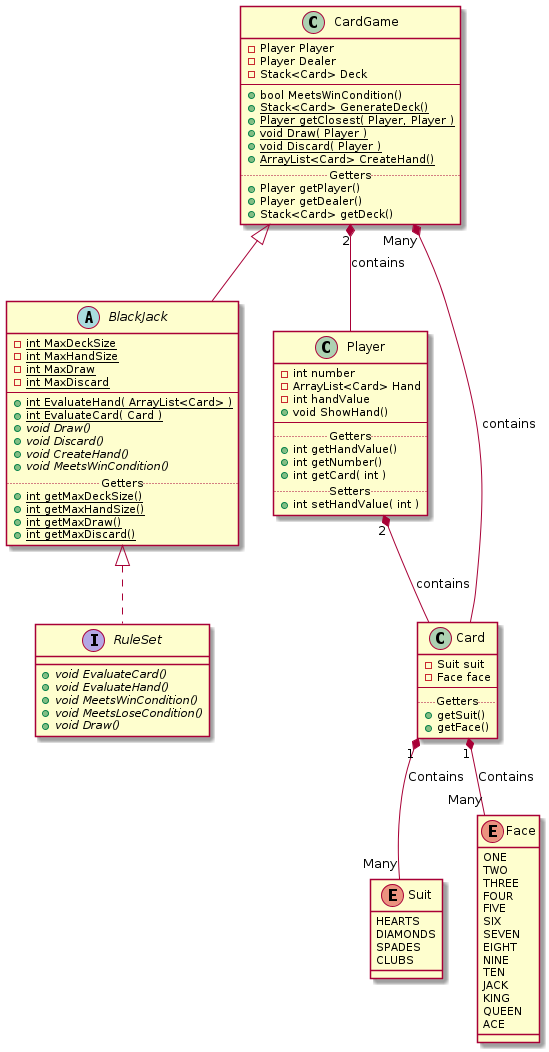
Earlier version of the PlantUML export uml/BlackJack.png (saini106/blackJack).
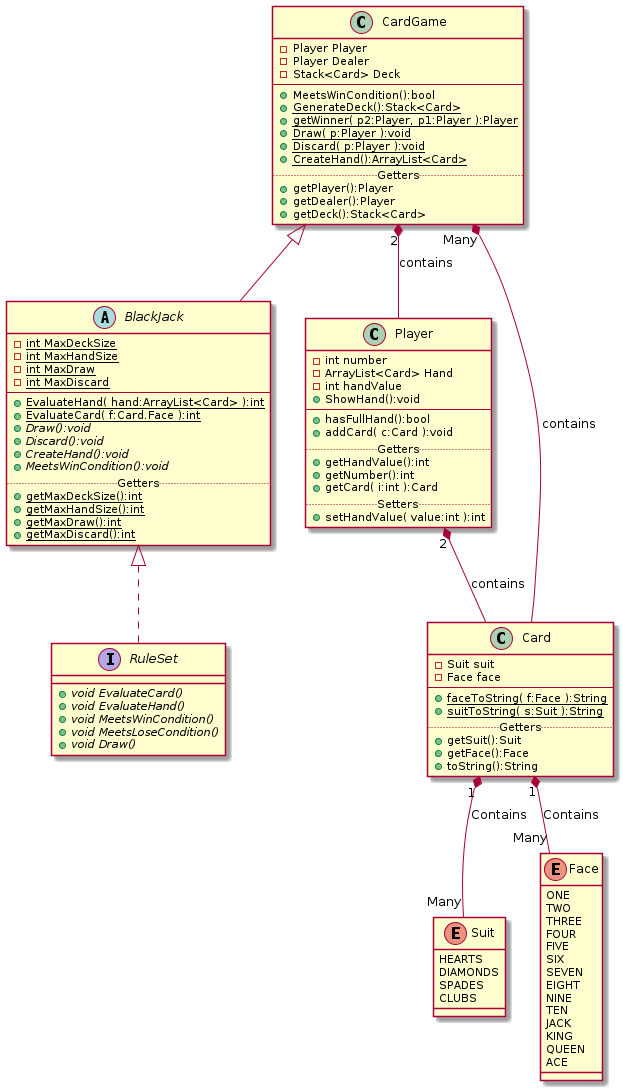
Above is the later version.

The edit, as a diff of the source:
```diff
@@ -15,36 +15,37 @@
     - {static} int MaxDraw
     - {static} int MaxDiscard
     --
-    + {static} int EvaluateHand( ArrayList<Card> )
-    + {static} int EvaluateCard( Card )
-    + {abstract} void Draw()
-    + {abstract} void Discard()
-    + {abstract} void CreateHand()
-    + {abstract} void MeetsWinCondition()
+    + {static} EvaluateHand( hand:ArrayList<Card> ):int
+    + {static} EvaluateCard( f:Card.Face ):int
+    + {abstract} Draw():void
+    + {abstract} Discard():void
+    + {abstract} CreateHand():void
+    + {abstract} MeetsWinCondition():void
     ..Getters..
-    + {static} int getMaxDeckSize()
-    + {static} int getMaxHandSize()
-    + {static} int getMaxDraw()
-    + {static} int getMaxDiscard()
+    + {static} getMaxDeckSize():int
+    + {static} getMaxHandSize():int
+    + {static} getMaxDraw():int
+    + {static} getMaxDiscard():int
 }
 
 CardGame <|-- BlackJack
+
 
 class CardGame {
     - Player Player
     - Player Dealer
     - Stack<Card> Deck
     --
-    + bool MeetsWinCondition()
-    + {static} Stack<Card> GenerateDeck()
-    + {static} Player getClosest( Player, Player )
-    + {static} void Draw( Player )
-    + {static} void Discard( Player )
-    + {static} ArrayList<Card> CreateHand()
+    + MeetsWinCondition():bool
+    + {static} GenerateDeck():Stack<Card>
+    + {static} getWinner( p2:Player, p1:Player ):Player
+    + {static} Draw( p:Player ):void
+    + {static} Discard( p:Player ):void
+    + {static} CreateHand():ArrayList<Card>
     ..Getters..
-    + Player getPlayer()
-    + Player getDealer()
-    + Stack<Card> getDeck()
+    + getPlayer():Player
+    + getDealer():Player
+    + getDeck():Stack<Card>
 }
 
 CardGame "2" *-- Player : contains
@@ -53,14 +54,16 @@
     - int number
     - ArrayList<Card> Hand
     - int handValue
-    + void ShowHand()
+    + ShowHand():void
     --
+    +hasFullHand():bool
+    +addCard( c:Card ):void
     ..Getters..
-    + int getHandValue()
-    + int getNumber()
-    + int getCard( int )
+    + getHandValue():int
+    + getNumber():int
+    + getCard( i:int ):Card
     ..Setters..
-    + int setHandValue( int )
+    + setHandValue( value:int ):int
 }
 
 Player "2" *-- Card : contains
@@ -68,9 +71,12 @@
    - Suit suit
    - Face face
    --
+   + {static} faceToString( f:Face ):String
+   + {static} suitToString( s:Suit ):String
    ..Getters..
-   + getSuit()
-   + getFace()
+   + getSuit():Suit
+   + getFace():Face
+   + toString():String
 }
 
 Card "1" *-- "Many" Suit : Contains
```
